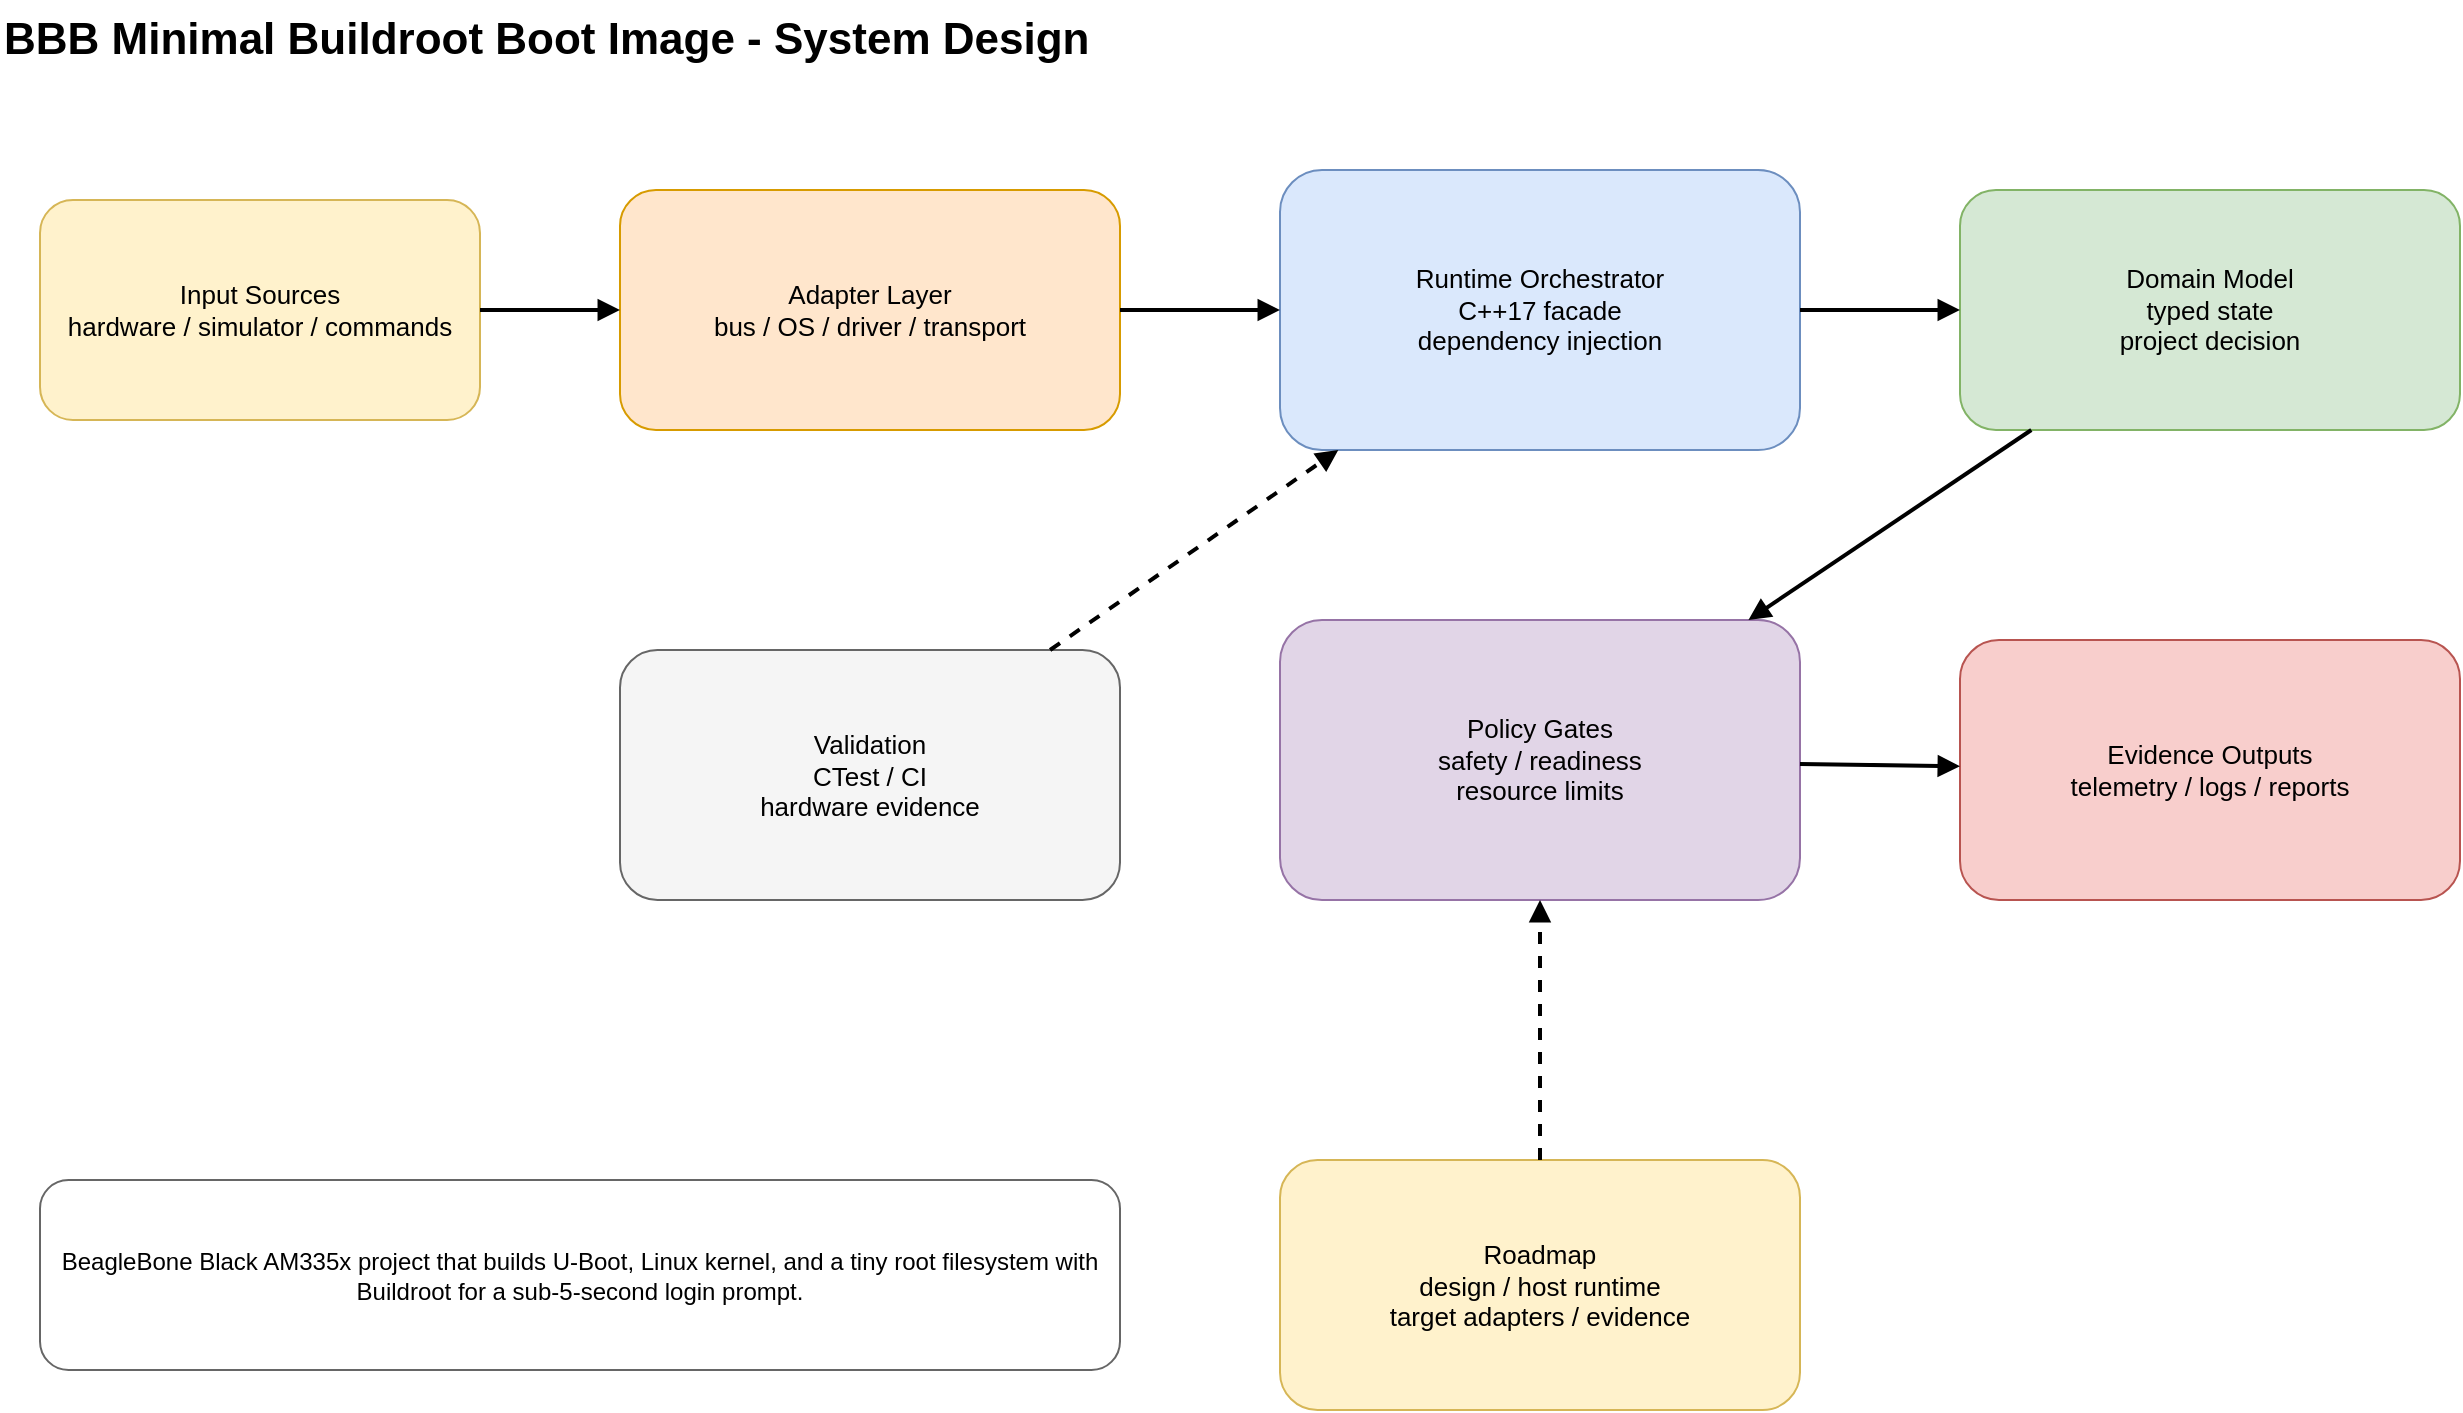
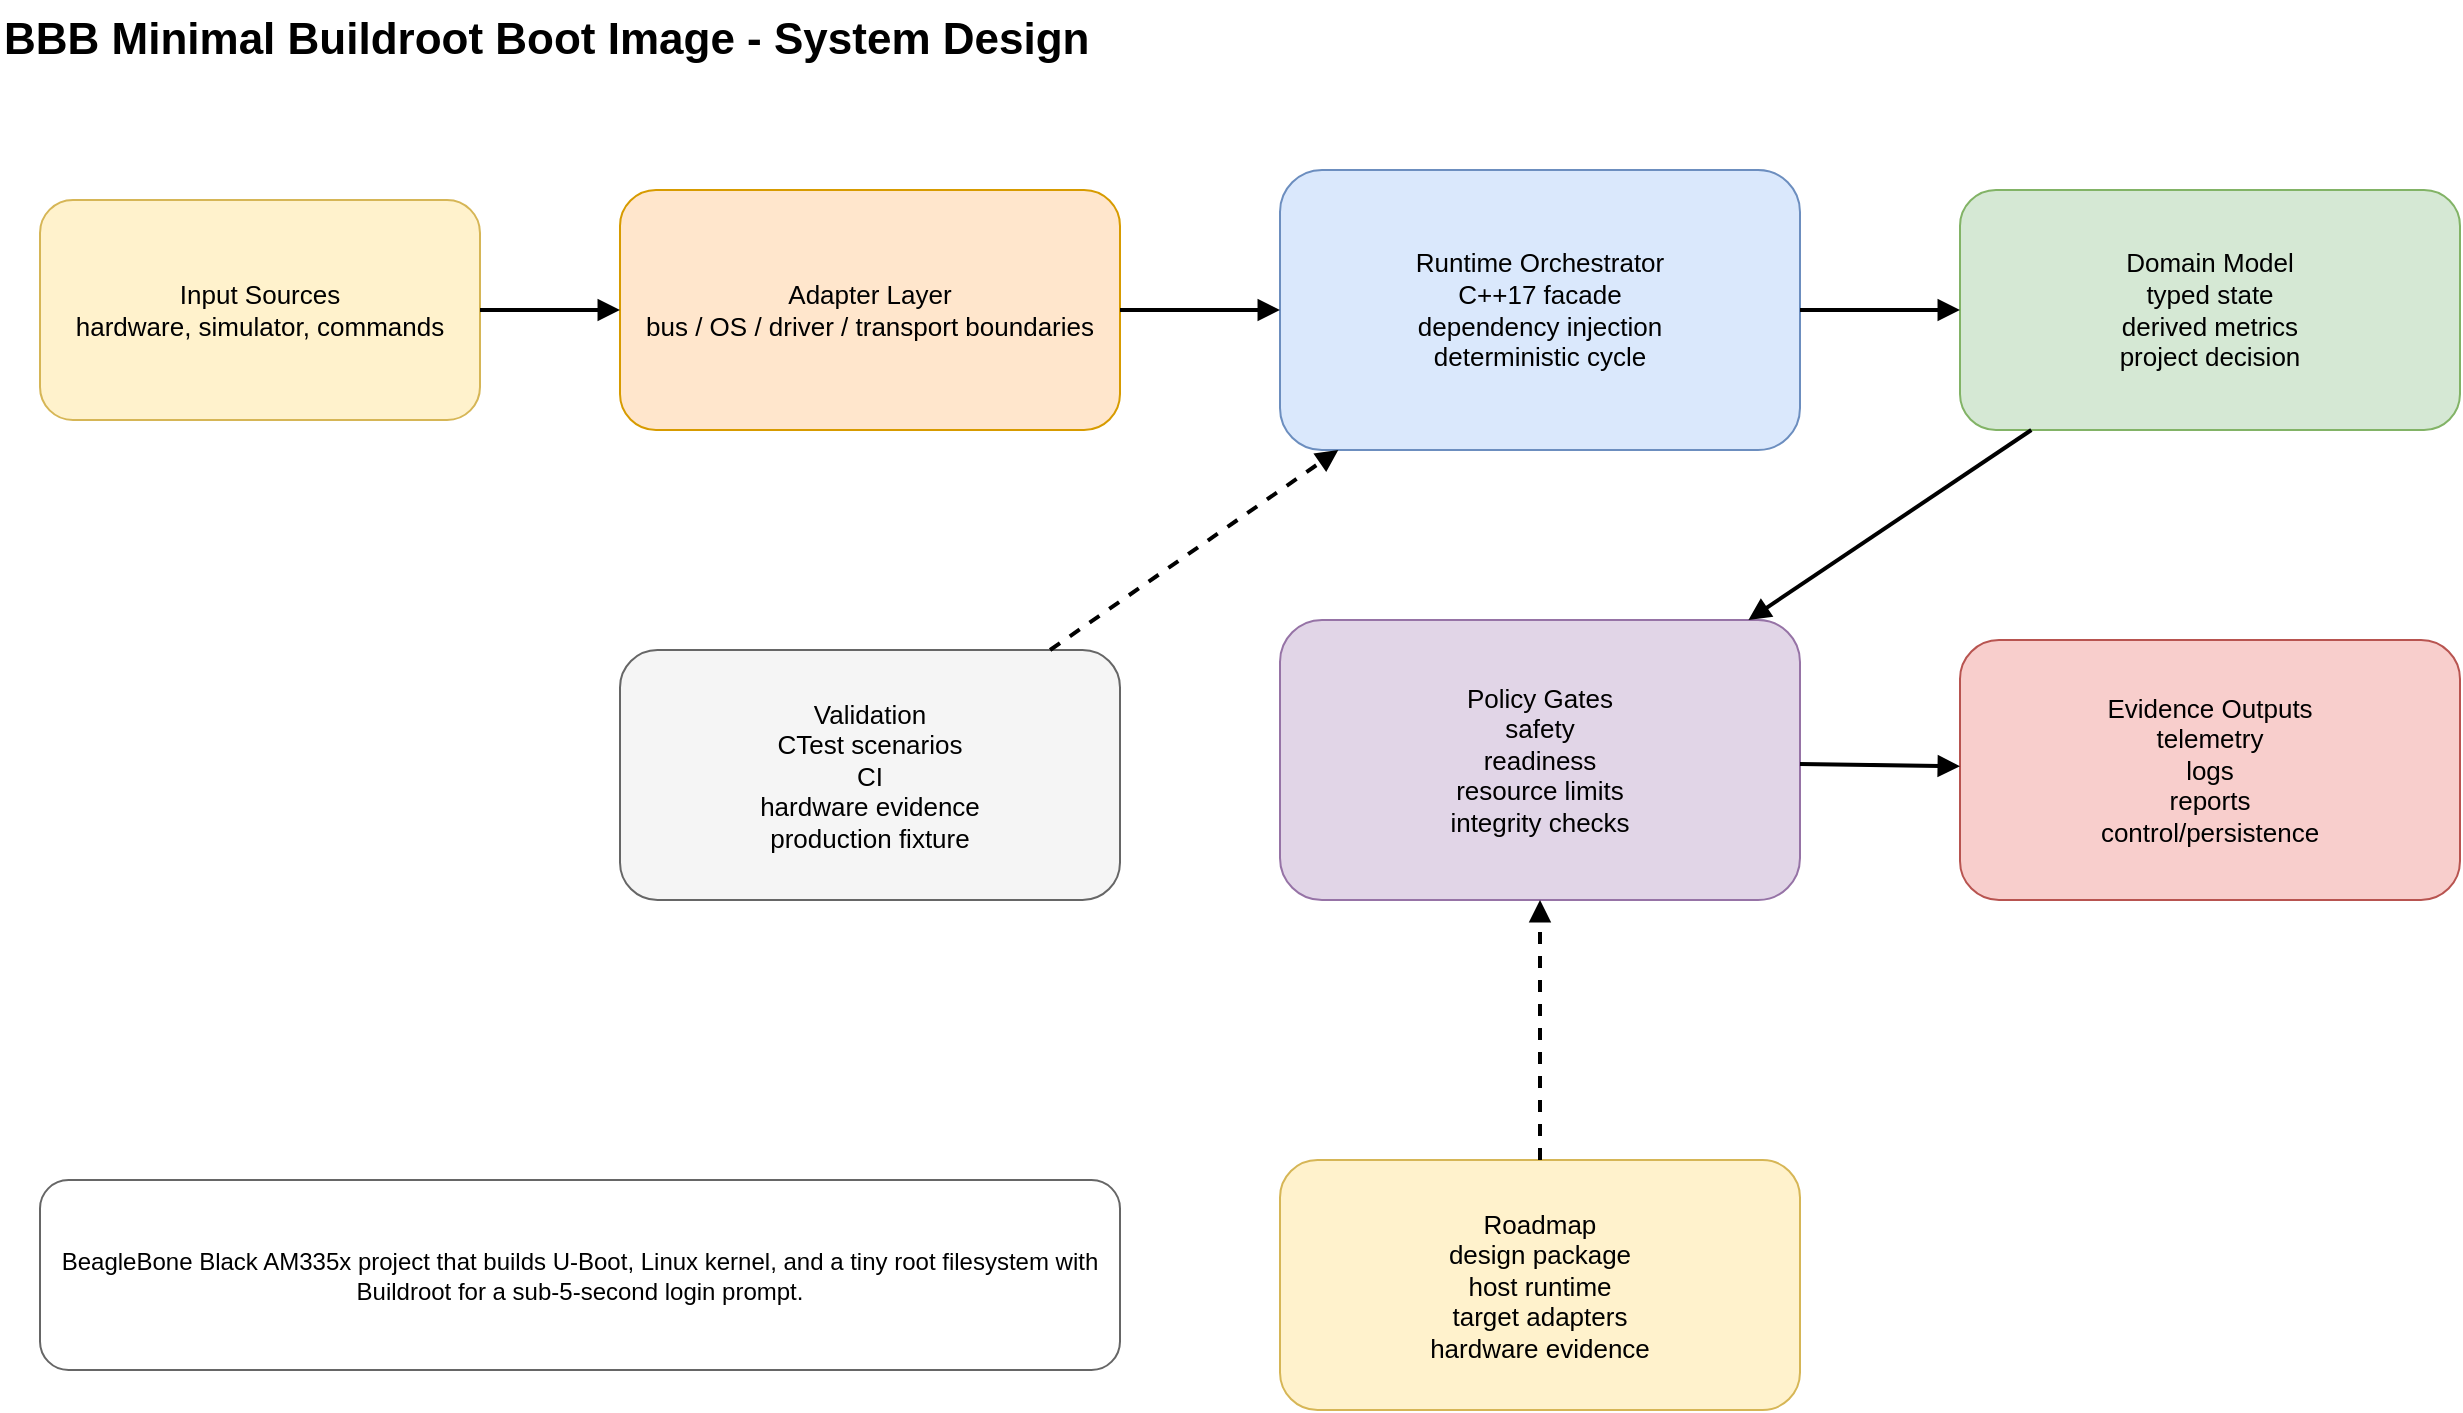
- <mxfile host="app.diagrams.net"><diagram id="bbb-minimal-buildroot-boot-image-system-design" name="System Design"><mxGraphModel dx="1422" dy="794" grid="1" gridSize="10" guides="1" tooltips="1" connect="1" arrows="1" fold="1" page="1" pageScale="1" pageWidth="1400" pageHeight="900" math="0" shadow="0"><root><mxCell id="0"/><mxCell id="1" parent="0"/><mxCell id="title" value="BBB Minimal Buildroot Boot Image - System Design" style="text;html=1;strokeColor=none;fillColor=none;fontSize=22;fontStyle=1" vertex="1" parent="1"><mxGeometry x="40" y="20" width="780" height="40" as="geometry"/></mxCell><mxCell id="input" value="Input Sources&#xa;hardware / simulator / commands" style="rounded=1;whiteSpace=wrap;html=1;fillColor=#fff2cc;strokeColor=#d6b656;fontSize=13" vertex="1" parent="1"><mxGeometry x="60" y="120" width="220" height="110" as="geometry"/></mxCell><mxCell id="adapter" value="Adapter Layer&#xa;bus / OS / driver / transport" style="rounded=1;whiteSpace=wrap;html=1;fillColor=#ffe6cc;strokeColor=#d79b00;fontSize=13" vertex="1" parent="1"><mxGeometry x="350" y="115" width="250" height="120" as="geometry"/></mxCell><mxCell id="runtime" value="Runtime Orchestrator&#xa;C++17 facade&#xa;dependency injection" style="rounded=1;whiteSpace=wrap;html=1;fillColor=#dae8fc;strokeColor=#6c8ebf;fontSize=13" vertex="1" parent="1"><mxGeometry x="680" y="105" width="260" height="140" as="geometry"/></mxCell><mxCell id="domain" value="Domain Model&#xa;typed state&#xa;project decision" style="rounded=1;whiteSpace=wrap;html=1;fillColor=#d5e8d4;strokeColor=#82b366;fontSize=13" vertex="1" parent="1"><mxGeometry x="1020" y="115" width="250" height="120" as="geometry"/></mxCell><mxCell id="policy" value="Policy Gates&#xa;safety / readiness&#xa;resource limits" style="rounded=1;whiteSpace=wrap;html=1;fillColor=#e1d5e7;strokeColor=#9673a6;fontSize=13" vertex="1" parent="1"><mxGeometry x="680" y="330" width="260" height="140" as="geometry"/></mxCell><mxCell id="output" value="Evidence Outputs&#xa;telemetry / logs / reports" style="rounded=1;whiteSpace=wrap;html=1;fillColor=#f8cecc;strokeColor=#b85450;fontSize=13" vertex="1" parent="1"><mxGeometry x="1020" y="340" width="250" height="130" as="geometry"/></mxCell><mxCell id="tests" value="Validation&#xa;CTest / CI&#xa;hardware evidence" style="rounded=1;whiteSpace=wrap;html=1;fillColor=#f5f5f5;strokeColor=#666666;fontSize=13" vertex="1" parent="1"><mxGeometry x="350" y="345" width="250" height="125" as="geometry"/></mxCell><mxCell id="summary" value="BeagleBone Black AM335x project that builds U-Boot, Linux kernel, and a tiny root filesystem with Buildroot for a sub-5-second login prompt." style="rounded=1;whiteSpace=wrap;html=1;fillColor=#ffffff;strokeColor=#666666;fontSize=12" vertex="1" parent="1"><mxGeometry x="60" y="610" width="540" height="95" as="geometry"/></mxCell><mxCell id="roadmap" value="Roadmap&#xa;design / host runtime&#xa;target adapters / evidence" style="rounded=1;whiteSpace=wrap;html=1;fillColor=#fff2cc;strokeColor=#d6b656;fontSize=13" vertex="1" parent="1"><mxGeometry x="680" y="600" width="260" height="125" as="geometry"/></mxCell><mxCell id="e1" style="endArrow=block;html=1;rounded=0;strokeWidth=2" edge="1" parent="1" source="input" target="adapter"><mxGeometry relative="1" as="geometry"/></mxCell><mxCell id="e2" style="endArrow=block;html=1;rounded=0;strokeWidth=2" edge="1" parent="1" source="adapter" target="runtime"><mxGeometry relative="1" as="geometry"/></mxCell><mxCell id="e3" style="endArrow=block;html=1;rounded=0;strokeWidth=2" edge="1" parent="1" source="runtime" target="domain"><mxGeometry relative="1" as="geometry"/></mxCell><mxCell id="e4" style="endArrow=block;html=1;rounded=0;strokeWidth=2" edge="1" parent="1" source="domain" target="policy"><mxGeometry relative="1" as="geometry"/></mxCell><mxCell id="e5" style="endArrow=block;html=1;rounded=0;strokeWidth=2" edge="1" parent="1" source="policy" target="output"><mxGeometry relative="1" as="geometry"/></mxCell><mxCell id="e6" style="endArrow=block;html=1;rounded=0;strokeWidth=2;dashed=1" edge="1" parent="1" source="tests" target="runtime"><mxGeometry relative="1" as="geometry"/></mxCell><mxCell id="e7" style="endArrow=block;html=1;rounded=0;strokeWidth=2;dashed=1" edge="1" parent="1" source="roadmap" target="policy"><mxGeometry relative="1" as="geometry"/></mxCell></root></mxGraphModel></diagram></mxfile>
+ <mxfile host="app.diagrams.net">
+   <diagram id="bbb-minimal-buildroot-boot-image-design" name="System Design">
+     <mxGraphModel dx="1422" dy="794" grid="1" gridSize="10" guides="1" tooltips="1" connect="1" arrows="1" fold="1" page="1" pageScale="1" pageWidth="1400" pageHeight="900" math="0" shadow="0">
+       <root>
+         <mxCell id="0"/>
+         <mxCell id="1" parent="0"/>
+         <mxCell id="title" value="BBB Minimal Buildroot Boot Image - System Design" style="text;html=1;strokeColor=none;fillColor=none;fontSize=22;fontStyle=1" vertex="1" parent="1"><mxGeometry x="40" y="20" width="760" height="40" as="geometry"/></mxCell>
+         <mxCell id="input" value="Input Sources&#xa;hardware, simulator, commands" style="rounded=1;whiteSpace=wrap;html=1;fillColor=#fff2cc;strokeColor=#d6b656;fontSize=13" vertex="1" parent="1"><mxGeometry x="60" y="120" width="220" height="110" as="geometry"/></mxCell>
+         <mxCell id="adapter" value="Adapter Layer&#xa;bus / OS / driver / transport boundaries" style="rounded=1;whiteSpace=wrap;html=1;fillColor=#ffe6cc;strokeColor=#d79b00;fontSize=13" vertex="1" parent="1"><mxGeometry x="350" y="115" width="250" height="120" as="geometry"/></mxCell>
+         <mxCell id="runtime" value="Runtime Orchestrator&#xa;C++17 facade&#xa;dependency injection&#xa;deterministic cycle" style="rounded=1;whiteSpace=wrap;html=1;fillColor=#dae8fc;strokeColor=#6c8ebf;fontSize=13" vertex="1" parent="1"><mxGeometry x="680" y="105" width="260" height="140" as="geometry"/></mxCell>
+         <mxCell id="domain" value="Domain Model&#xa;typed state&#xa;derived metrics&#xa;project decision" style="rounded=1;whiteSpace=wrap;html=1;fillColor=#d5e8d4;strokeColor=#82b366;fontSize=13" vertex="1" parent="1"><mxGeometry x="1020" y="115" width="250" height="120" as="geometry"/></mxCell>
+         <mxCell id="policy" value="Policy Gates&#xa;safety&#xa;readiness&#xa;resource limits&#xa;integrity checks" style="rounded=1;whiteSpace=wrap;html=1;fillColor=#e1d5e7;strokeColor=#9673a6;fontSize=13" vertex="1" parent="1"><mxGeometry x="680" y="330" width="260" height="140" as="geometry"/></mxCell>
+         <mxCell id="output" value="Evidence Outputs&#xa;telemetry&#xa;logs&#xa;reports&#xa;control/persistence" style="rounded=1;whiteSpace=wrap;html=1;fillColor=#f8cecc;strokeColor=#b85450;fontSize=13" vertex="1" parent="1"><mxGeometry x="1020" y="340" width="250" height="130" as="geometry"/></mxCell>
+         <mxCell id="tests" value="Validation&#xa;CTest scenarios&#xa;CI&#xa;hardware evidence&#xa;production fixture" style="rounded=1;whiteSpace=wrap;html=1;fillColor=#f5f5f5;strokeColor=#666666;fontSize=13" vertex="1" parent="1"><mxGeometry x="350" y="345" width="250" height="125" as="geometry"/></mxCell>
+         <mxCell id="roadmap" value="Roadmap&#xa;design package&#xa;host runtime&#xa;target adapters&#xa;hardware evidence" style="rounded=1;whiteSpace=wrap;html=1;fillColor=#fff2cc;strokeColor=#d6b656;fontSize=13" vertex="1" parent="1"><mxGeometry x="680" y="600" width="260" height="125" as="geometry"/></mxCell>
+         <mxCell id="summary" value="BeagleBone Black AM335x project that builds U-Boot, Linux kernel, and a tiny root filesystem with Buildroot for a sub-5-second login prompt." style="rounded=1;whiteSpace=wrap;html=1;fillColor=#ffffff;strokeColor=#666666;fontSize=12" vertex="1" parent="1"><mxGeometry x="60" y="610" width="540" height="95" as="geometry"/></mxCell>
+         <mxCell id="e1" style="endArrow=block;html=1;rounded=0;strokeWidth=2" edge="1" parent="1" source="input" target="adapter"><mxGeometry relative="1" as="geometry"/></mxCell>
+         <mxCell id="e2" style="endArrow=block;html=1;rounded=0;strokeWidth=2" edge="1" parent="1" source="adapter" target="runtime"><mxGeometry relative="1" as="geometry"/></mxCell>
+         <mxCell id="e3" style="endArrow=block;html=1;rounded=0;strokeWidth=2" edge="1" parent="1" source="runtime" target="domain"><mxGeometry relative="1" as="geometry"/></mxCell>
+         <mxCell id="e4" style="endArrow=block;html=1;rounded=0;strokeWidth=2" edge="1" parent="1" source="domain" target="policy"><mxGeometry relative="1" as="geometry"/></mxCell>
+         <mxCell id="e5" style="endArrow=block;html=1;rounded=0;strokeWidth=2" edge="1" parent="1" source="policy" target="output"><mxGeometry relative="1" as="geometry"/></mxCell>
+         <mxCell id="e6" style="endArrow=block;html=1;rounded=0;strokeWidth=2;dashed=1" edge="1" parent="1" source="tests" target="runtime"><mxGeometry relative="1" as="geometry"/></mxCell>
+         <mxCell id="e7" style="endArrow=block;html=1;rounded=0;strokeWidth=2;dashed=1" edge="1" parent="1" source="roadmap" target="policy"><mxGeometry relative="1" as="geometry"/></mxCell>
+       </root>
+     </mxGraphModel>
+   </diagram>
+ </mxfile>
